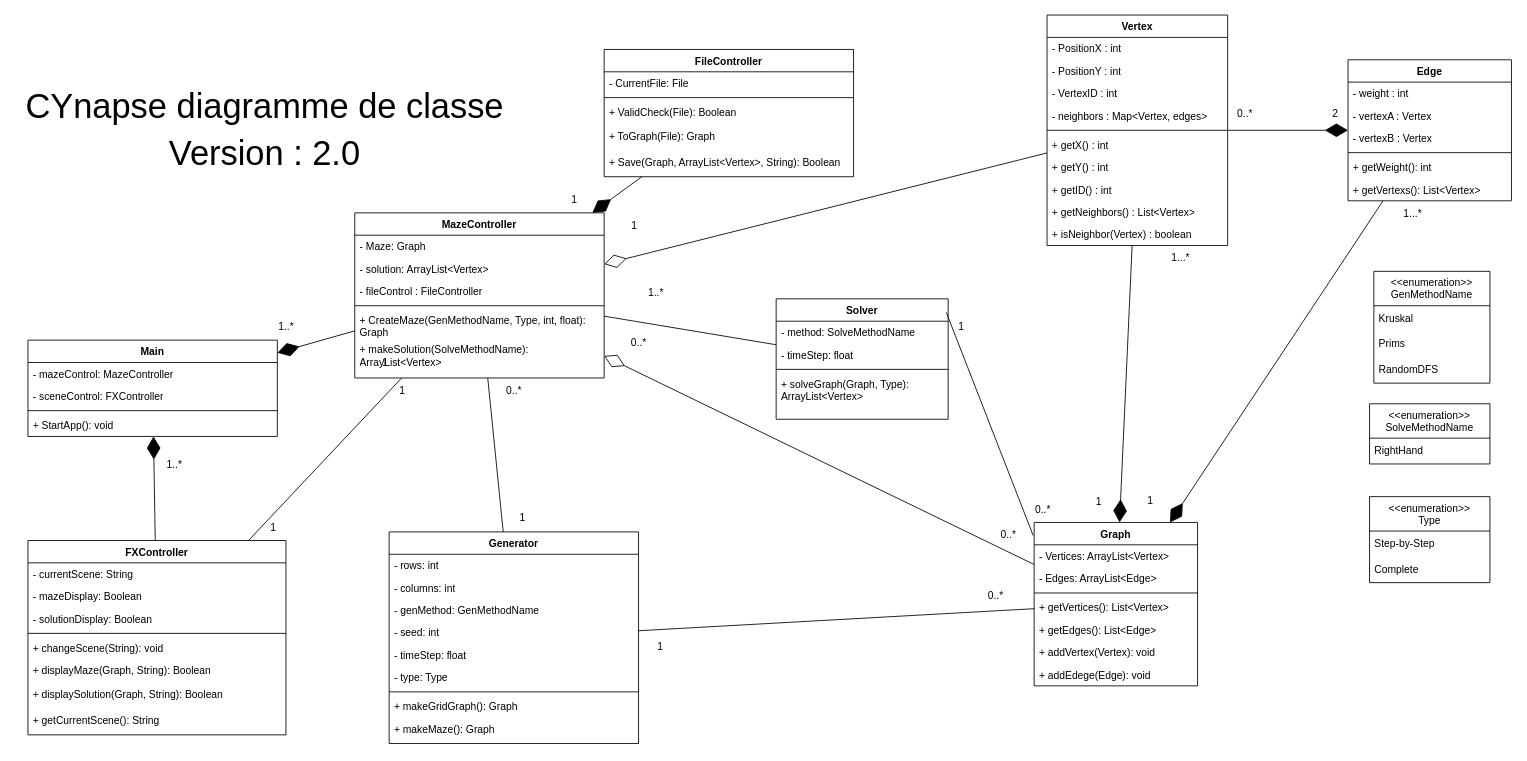
Earlier version of the draw.io diagram drawIoDiagram/Projet_Cynapse_Class_Diagram.drawio (Minetriforce/ProjetCynapse-ING1). Source tidied: cells renumbered, new cells numbered last; positions are measured from the earlier drawing's top-left corner, leaving out a move shared by most shapes. Both pictures are drawn from the tidied source at 86%, with x=0, y=0 at pixel (15, 15).
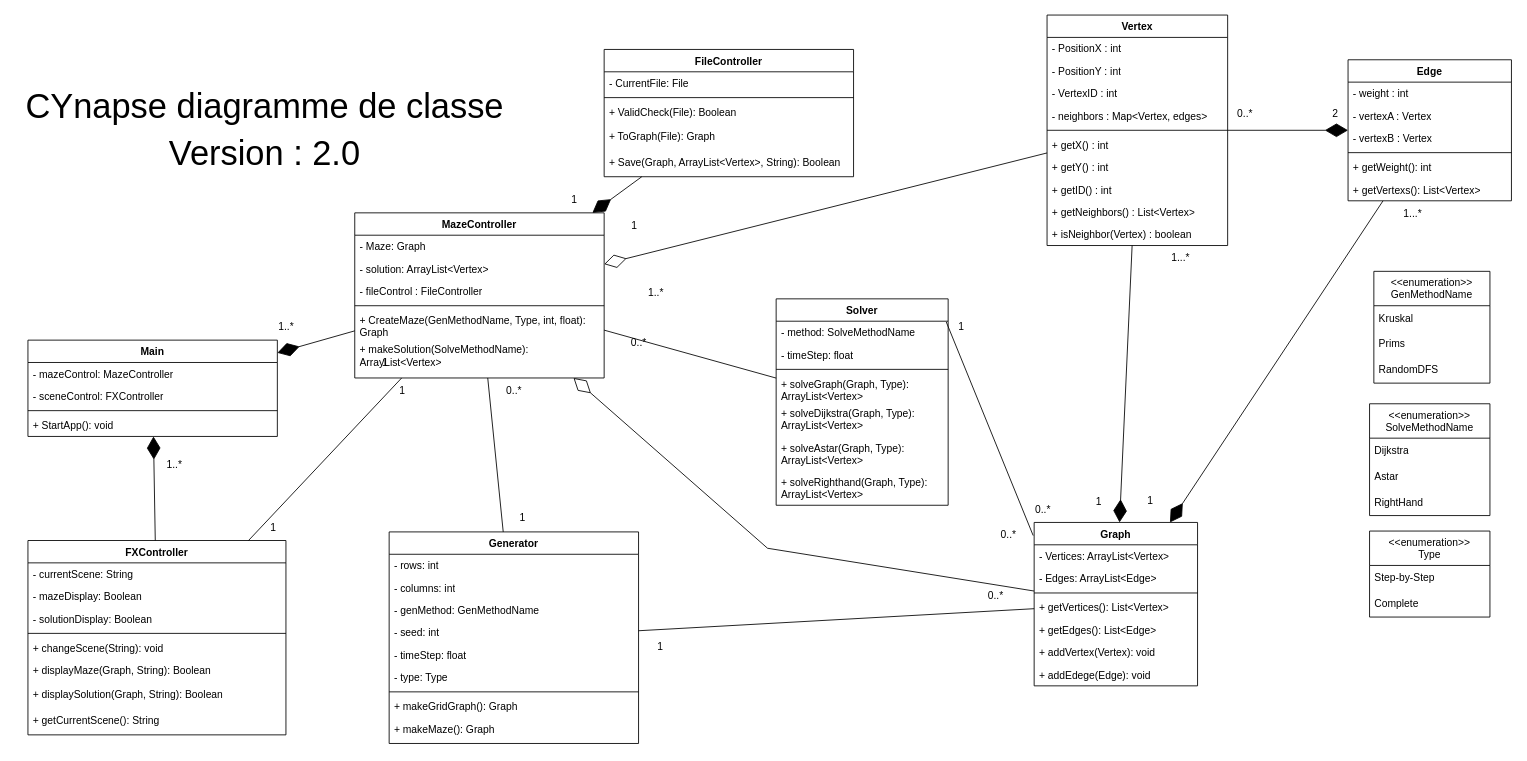
The same page after the edit.

Unchanged cells that the change refers to:
```xml
<mxCell id="20" value="Graph" style="swimlane;fontStyle=1;align=center;verticalAlign=top;horizontal=1;startSize=26;whiteSpace=wrap;html=1;" parent="1" vertex="1">
  <mxGeometry x="1185" y="590" width="190" height="190" as="geometry" />
</mxCell>
<mxCell id="63" value="MazeController" style="swimlane;fontStyle=1;align=center;verticalAlign=top;horizontal=1;startSize=26;whiteSpace=wrap;html=1;" parent="1" vertex="1">
  <mxGeometry x="395" y="230" width="290" height="192" as="geometry" />
</mxCell>
```

Change to the diagram source:
```diff
@@
     <mxCell id="45" value="Solver" style="swimlane;fontStyle=1;align=center;verticalAlign=top;horizontal=1;startSize=26;whiteSpace=wrap;html=1;" parent="1" vertex="1">
-      <mxGeometry x="885" y="330" width="200" height="140" as="geometry" />
+      <mxGeometry x="885" y="330" width="200" height="240" as="geometry" />
     </mxCell>
@@
     <mxCell id="49" value="+ solveGraph(Graph, Type): ArrayList&amp;lt;Vertex&amp;gt;" style="text;strokeColor=none;fillColor=none;align=left;verticalAlign=top;spacingLeft=4;spacingRight=4;overflow=hidden;whiteSpace=wrap;html=1;" parent="45" vertex="1">
-      <mxGeometry y="86" width="200" height="54" as="geometry" />
+      <mxGeometry y="86" width="200" height="34" as="geometry" />
     </mxCell>
+    <mxCell id="116" value="+ solveDijkstra(Graph, Type): ArrayList&amp;lt;Vertex&amp;gt;" style="text;strokeColor=none;fillColor=none;align=left;verticalAlign=top;spacingLeft=4;spacingRight=4;overflow=hidden;whiteSpace=wrap;html=1;" parent="45" vertex="1">
+      <mxGeometry y="120" width="200" height="40" as="geometry" />
+    </mxCell>
+    <mxCell id="117" value="+ solveAstar(Graph, Type): ArrayList&amp;lt;Vertex&amp;gt;" style="text;strokeColor=none;fillColor=none;align=left;verticalAlign=top;spacingLeft=4;spacingRight=4;overflow=hidden;whiteSpace=wrap;html=1;" parent="45" vertex="1">
+      <mxGeometry y="160" width="200" height="40" as="geometry" />
+    </mxCell>
+    <mxCell id="118" value="+ solveRighthand(Graph, Type): ArrayList&amp;lt;Vertex&amp;gt;" style="text;strokeColor=none;fillColor=none;align=left;verticalAlign=top;spacingLeft=4;spacingRight=4;overflow=hidden;whiteSpace=wrap;html=1;" parent="45" vertex="1">
+      <mxGeometry y="200" width="200" height="40" as="geometry" />
+    </mxCell>
@@
     <mxCell id="92" value="&amp;lt;&amp;lt;enumeration&amp;gt;&amp;gt;&lt;div&gt;Type&lt;/div&gt;" style="swimlane;fontStyle=0;align=center;verticalAlign=top;horizontal=1;startSize=40;html=1;whiteSpace=wrap;" parent="1" vertex="1">
-      <mxGeometry x="1575" y="560" width="140" height="100" as="geometry" />
+      <mxGeometry x="1575" y="600" width="140" height="100" as="geometry" />
     </mxCell>
@@
     <mxCell id="95" value="&amp;lt;&amp;lt;enumeration&amp;gt;&amp;gt;&lt;div&gt;SolveMethodName&lt;/div&gt;" style="swimlane;fontStyle=0;align=center;verticalAlign=top;horizontal=1;startSize=40;html=1;whiteSpace=wrap;" parent="1" vertex="1">
-      <mxGeometry x="1575" y="452" width="140" height="70" as="geometry" />
+      <mxGeometry x="1575" y="452" width="140" height="130" as="geometry" />
     </mxCell>
+    <mxCell id="119" value="Dijkstra" style="text;html=1;strokeColor=none;fillColor=none;align=left;verticalAlign=middle;spacingLeft=4;spacingRight=4;overflow=hidden;whiteSpace=wrap;" parent="95" vertex="1">
+      <mxGeometry y="40" width="140" height="30" as="geometry" />
+    </mxCell>
+    <mxCell id="120" value="Astar" style="text;html=1;strokeColor=none;fillColor=none;align=left;verticalAlign=middle;spacingLeft=4;spacingRight=4;overflow=hidden;whiteSpace=wrap;" parent="95" vertex="1">
+      <mxGeometry y="70" width="140" height="30" as="geometry" />
+    </mxCell>
     <mxCell id="96" value="RightHand" style="text;html=1;strokeColor=none;fillColor=none;align=left;verticalAlign=middle;spacingLeft=4;spacingRight=4;overflow=hidden;whiteSpace=wrap;" parent="95" vertex="1">
-      <mxGeometry y="40" width="140" height="30" as="geometry" />
+      <mxGeometry y="100" width="140" height="30" as="geometry" />
     </mxCell>
@@
     <mxCell id="108" style="endArrow=diamondThin;endFill=0;endSize=24;html=1;rounded=0;" parent="1" edge="1" source="20" target="63">
-      <mxGeometry relative="1" as="geometry" />
+      <mxGeometry relative="1" as="geometry">
+        <Array as="points">
+          <mxPoint x="875" y="620" />
+        </Array>
+      </mxGeometry>
     </mxCell>
```
